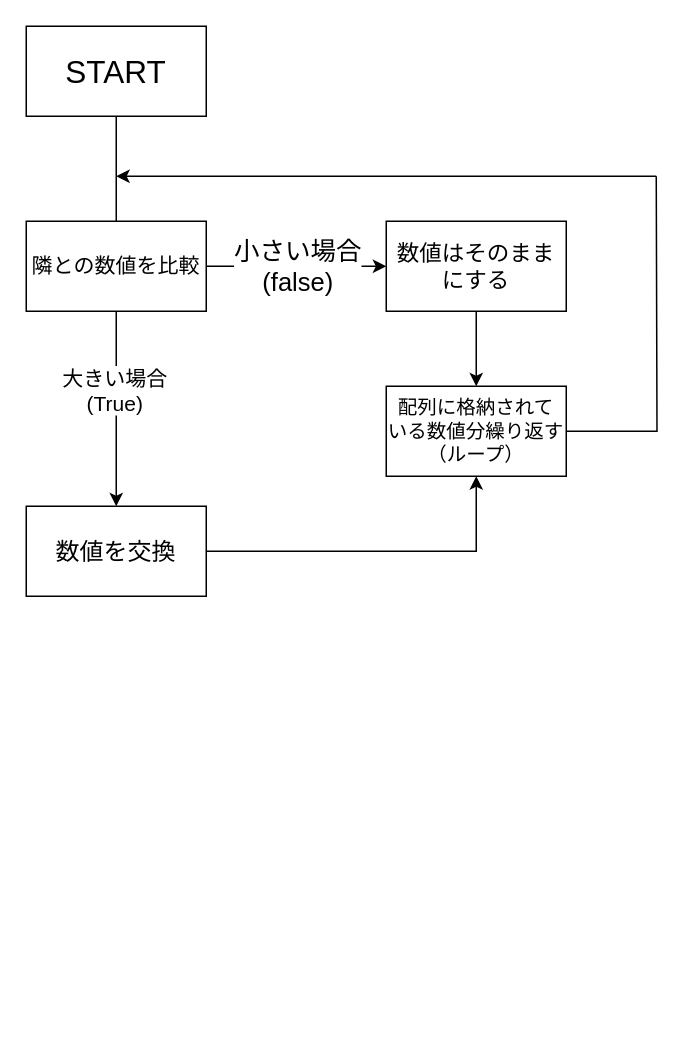
Above: Untitled Diagram.drawio in kansai-gamer/todays-code (draw.io), before the change. Source tidied: cells renumbered, new cells numbered last; positions are measured from the earlier drawing's top-left corner, leaving out a move shared by most shapes. Both pictures are drawn from the tidied source at 150%, with x=0, y=0 at pixel (26, 26).
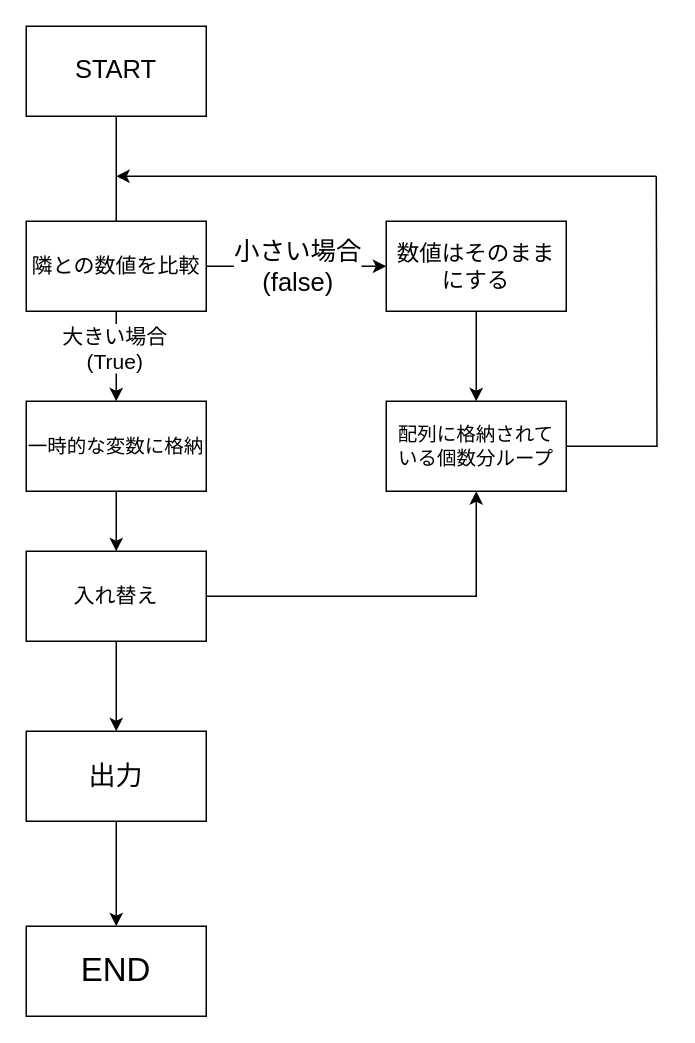
The same diagram, later.

What changed in the source:
```diff
@@
-    <mxCell id="3" value="&lt;div style=&quot;font-size: 21px&quot;&gt;START&lt;/div&gt;" style="rounded=0;whiteSpace=wrap;html=1;" parent="1" vertex="1">
+    <mxCell id="3" value="&lt;div style=&quot;font-size: 17px&quot;&gt;&lt;font style=&quot;font-size: 17px&quot;&gt;START&lt;/font&gt;&lt;/div&gt;" style="rounded=0;whiteSpace=wrap;html=1;" parent="1" vertex="1">
       <mxGeometry width="120" height="60" as="geometry" />
     </mxCell>
@@
-    <mxCell id="9" style="edgeStyle=orthogonalEdgeStyle;rounded=0;jettySize=auto;html=1;entryX=0.5;entryY=1;entryDx=0;entryDy=0;" parent="1" edge="1" source="10" target="13">
-      <mxGeometry relative="1" as="geometry" />
-    </mxCell>
+    <mxCell id="16" style="edgeStyle=orthogonalEdgeStyle;rounded=0;jettySize=auto;html=1;entryX=0.5;entryY=0;entryDx=0;entryDy=0;" parent="1" edge="1" source="10" target="19">
+      <mxGeometry relative="1" as="geometry" />
+    </mxCell>
-    <mxCell id="10" value="&lt;font style=&quot;font-size: 16px&quot;&gt;数値を交換&lt;/font&gt;" style="rounded=0;whiteSpace=wrap;html=1;fontSize=14;" parent="1" vertex="1">
-      <mxGeometry y="320" width="120" height="60" as="geometry" />
+    <mxCell id="10" value="&lt;font style=&quot;font-size: 13px&quot;&gt;一時的な変数に格納&lt;/font&gt;" style="rounded=0;whiteSpace=wrap;html=1;fontSize=14;" parent="1" vertex="1">
+      <mxGeometry y="250" width="120" height="60" as="geometry" />
     </mxCell>
@@
-    <mxCell id="13" value="&lt;div style=&quot;font-size: 13px&quot;&gt;&lt;font style=&quot;font-size: 13px&quot;&gt;配列に格納されて&lt;/font&gt;&lt;/div&gt;&lt;div style=&quot;font-size: 13px&quot;&gt;&lt;font style=&quot;font-size: 13px&quot;&gt;いる数値分繰り返す&lt;br&gt;&lt;/font&gt;&lt;/div&gt;&lt;div style=&quot;font-size: 13px&quot;&gt;&lt;font style=&quot;font-size: 13px&quot;&gt;&lt;font style=&quot;font-size: 13px&quot;&gt;（ループ）&lt;/font&gt;&lt;br&gt;&lt;/font&gt;&lt;/div&gt;" style="rounded=0;whiteSpace=wrap;html=1;fontSize=14;" parent="1" vertex="1">
-      <mxGeometry x="240" y="240" width="120" height="60" as="geometry" />
+    <mxCell id="13" value="&lt;div style=&quot;font-size: 13px&quot;&gt;&lt;font style=&quot;font-size: 13px&quot;&gt;配列に格納されて&lt;/font&gt;&lt;/div&gt;&lt;div style=&quot;font-size: 13px&quot;&gt;&lt;font style=&quot;font-size: 13px&quot;&gt;いる個数分ループ&lt;br&gt;&lt;/font&gt;&lt;/div&gt;" style="rounded=0;whiteSpace=wrap;html=1;fontSize=14;" parent="1" vertex="1">
+      <mxGeometry x="240" y="250" width="120" height="60" as="geometry" />
     </mxCell>
@@
+    <mxCell id="17" style="edgeStyle=orthogonalEdgeStyle;rounded=0;jettySize=auto;html=1;entryX=0.5;entryY=1;entryDx=0;entryDy=0;" parent="1" edge="1" source="19" target="13">
+      <mxGeometry relative="1" as="geometry" />
+    </mxCell>
+    <mxCell id="18" style="edgeStyle=orthogonalEdgeStyle;rounded=0;jettySize=auto;html=1;entryX=0.5;entryY=0;entryDx=0;entryDy=0;" parent="1" edge="1" source="19" target="21">
+      <mxGeometry relative="1" as="geometry" />
+    </mxCell>
+    <mxCell id="19" value="&lt;font style=&quot;font-size: 14px&quot;&gt;入れ替え&lt;/font&gt;" style="rounded=0;whiteSpace=wrap;html=1;" parent="1" vertex="1">
+      <mxGeometry y="350" width="120" height="60" as="geometry" />
+    </mxCell>
+    <mxCell id="20" style="edgeStyle=orthogonalEdgeStyle;rounded=0;jettySize=auto;html=1;" parent="1" edge="1" source="21">
+      <mxGeometry relative="1" as="geometry">
+        <mxPoint x="60" y="600" as="targetPoint" />
+      </mxGeometry>
+    </mxCell>
+    <mxCell id="21" value="&lt;font style=&quot;font-size: 18px&quot;&gt;出力&lt;/font&gt;" style="rounded=0;whiteSpace=wrap;html=1;" parent="1" vertex="1">
+      <mxGeometry y="470" width="120" height="60" as="geometry" />
+    </mxCell>
+    <mxCell id="22" value="&lt;font style=&quot;font-size: 22px&quot;&gt;END&lt;/font&gt;" style="rounded=0;whiteSpace=wrap;html=1;" parent="1" vertex="1">
+      <mxGeometry y="600" width="120" height="60" as="geometry" />
+    </mxCell>
```
